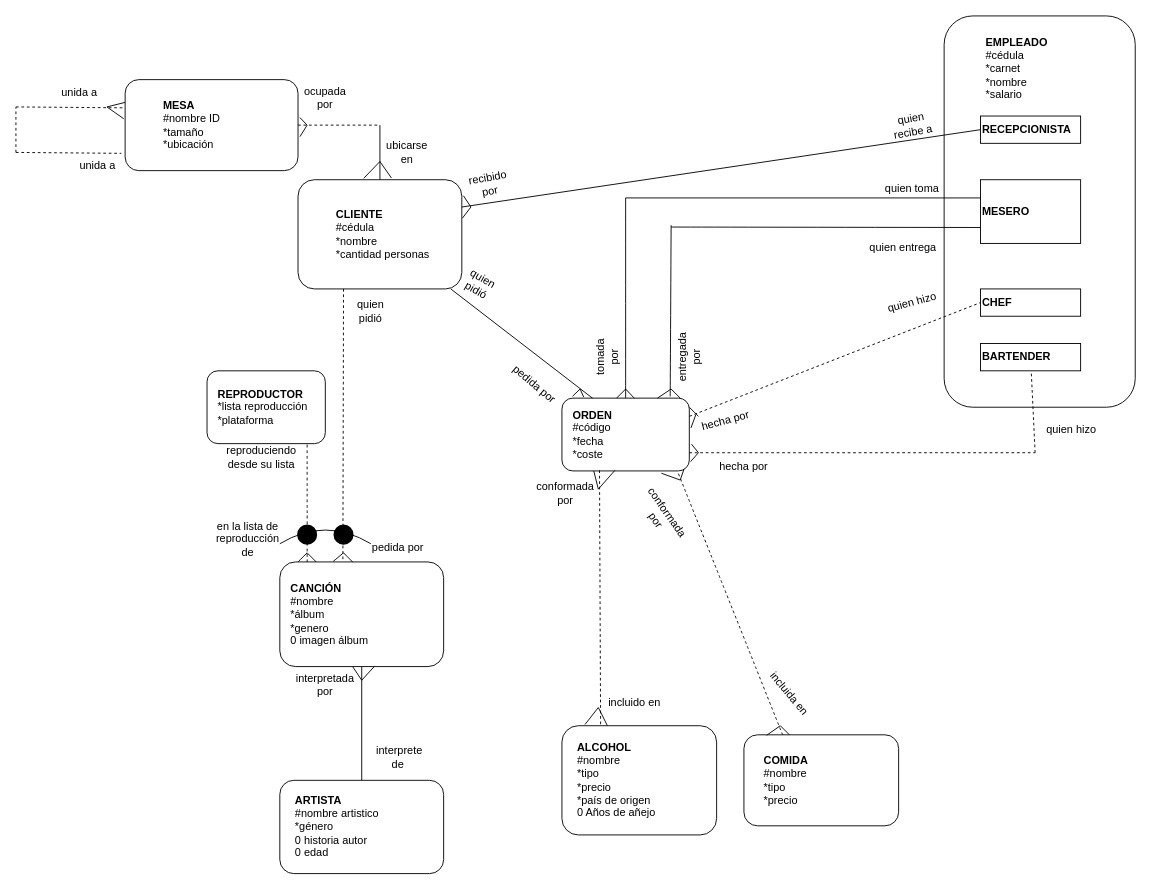
Earlier version of the draw.io diagram Trabajo1/ModeloER.drawio (M1moreno/EntregasBD). Source tidied: cells renumbered, new cells numbered last; positions are measured from the earlier drawing's top-left corner, leaving out a move shared by most shapes. Both pictures are drawn from the tidied source at 91%, with x=0, y=0 at pixel (15, 15). Pictures stored in the file or linked from it are replaced by grey dashed boxes.
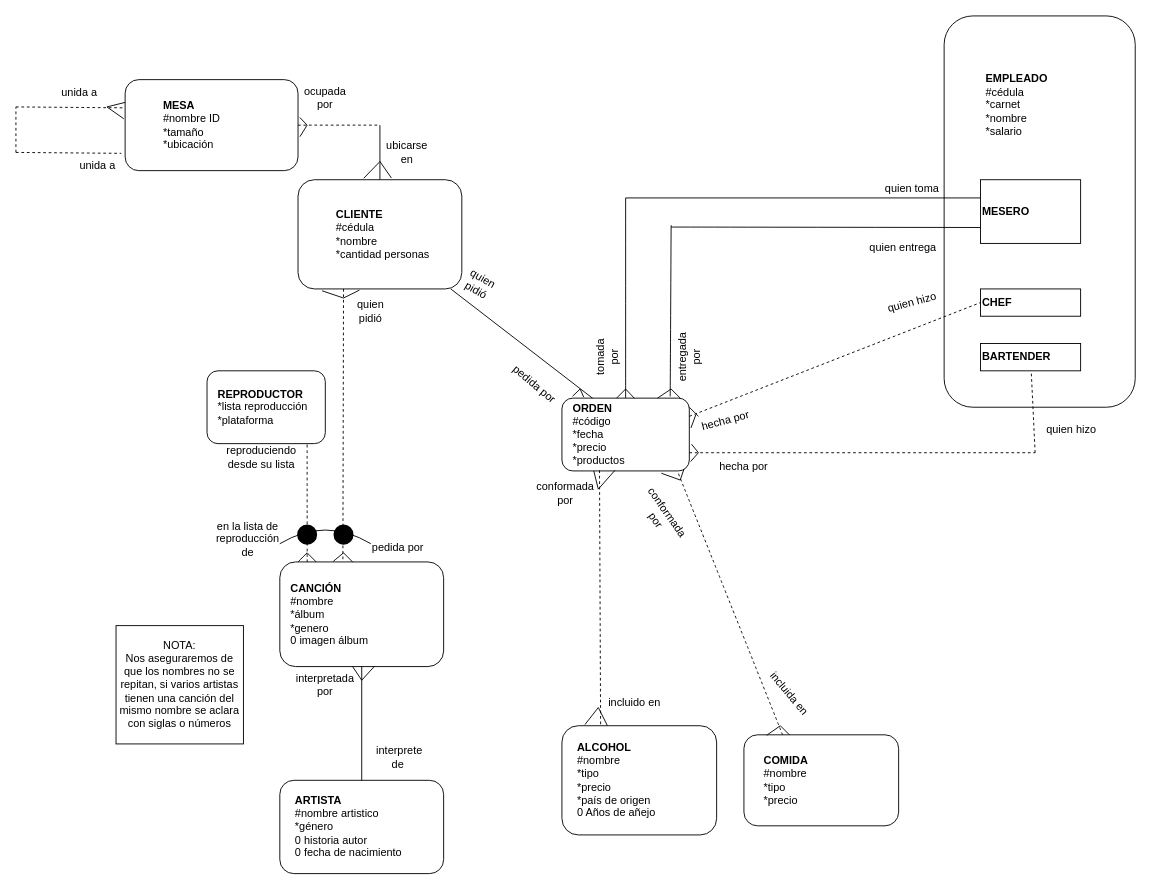
The same diagram, later.

Unchanged cells that the change refers to:
```xml
<mxCell id="4" value="&lt;blockquote style=&quot;margin: 0 0 0 40px ; border: none ; padding: 0px&quot;&gt;&lt;b&gt;CLIENTE&lt;br&gt;&lt;/b&gt;#cédula&lt;br&gt;*nombre&lt;br&gt;*cantidad personas&lt;/blockquote&gt;" style="rounded=1;whiteSpace=wrap;html=1;align=left;" parent="1" vertex="1">
  <mxGeometry x="310" y="180" width="180" height="120" as="geometry" />
</mxCell>
<mxCell id="5" style="group;" parent="1" vertex="1">
  <mxGeometry x="1020" width="210" height="430" as="geometry" />
</mxCell>
<mxCell id="15" style="group;" parent="1" vertex="1">
  <mxGeometry x="600" y="420" width="140" height="80" as="geometry" />
</mxCell>
<mxCell id="24" style="group;" parent="1" vertex="1">
  <mxGeometry x="290" y="840" width="180" height="102.5" as="geometry" />
</mxCell>
<mxCell id="53" value="quien pidió" style="text;html=1;strokeColor=none;fillColor=none;align=center;verticalAlign=middle;whiteSpace=wrap;rounded=0;" parent="1" vertex="1">
  <mxGeometry x="360" y="310" width="60" height="30" as="geometry" />
</mxCell>
```

The edit, as a diff of the source:
```diff
@@
     <mxCell id="7" value="&lt;blockquote style=&quot;margin: 0px 0px 0px 40px ; border: none ; padding: 0px&quot;&gt;&lt;/blockquote&gt;&lt;b&gt;&lt;div style=&quot;text-align: left&quot;&gt;&lt;b&gt;EMPLEADO&lt;/b&gt;&lt;/div&gt;&lt;/b&gt;&lt;blockquote style=&quot;margin: 0px 0px 0px 40px ; border: none ; padding: 0px&quot;&gt;&lt;/blockquote&gt;&lt;span&gt;&lt;div style=&quot;text-align: left&quot;&gt;&lt;span&gt;#cédula&lt;/span&gt;&lt;/div&gt;&lt;/span&gt;&lt;blockquote style=&quot;margin: 0px 0px 0px 40px ; border: none ; padding: 0px&quot;&gt;&lt;/blockquote&gt;&lt;span&gt;&lt;div style=&quot;text-align: left&quot;&gt;&lt;span&gt;*carnet&lt;/span&gt;&lt;/div&gt;&lt;/span&gt;&lt;blockquote style=&quot;margin: 0px 0px 0px 40px ; border: none ; padding: 0px&quot;&gt;&lt;/blockquote&gt;&lt;span&gt;&lt;div style=&quot;text-align: left&quot;&gt;&lt;span&gt;*nombre&lt;/span&gt;&lt;/div&gt;&lt;/span&gt;&lt;div style=&quot;text-align: left&quot;&gt;&lt;span&gt;*salario&lt;/span&gt;&lt;/div&gt;&lt;blockquote style=&quot;text-align: left ; margin: 0px 0px 0px 40px ; border: none ; padding: 0px&quot;&gt;&lt;br&gt;&lt;/blockquote&gt;" style="text;html=1;strokeColor=none;fillColor=none;align=center;verticalAlign=middle;whiteSpace=wrap;rounded=0;" parent="5" vertex="1">
-      <mxGeometry x="40" y="20" width="80" height="90" as="geometry" />
+      <mxGeometry x="40" y="60" width="80" height="90" as="geometry" />
     </mxCell>
-    <mxCell id="8" value="&lt;b&gt;RECEPCIONISTA&lt;br&gt;&lt;/b&gt;" style="rounded=0;whiteSpace=wrap;html=1;align=left;" parent="5" vertex="1">
-      <mxGeometry x="40" y="110" width="110" height="30" as="geometry" />
-    </mxCell>
@@
-    <mxCell id="17" value="&lt;div&gt;&lt;b&gt;ORDEN&lt;/b&gt;&lt;/div&gt;&lt;div&gt;#código&lt;/div&gt;&lt;div&gt;*fecha&lt;/div&gt;&lt;div&gt;*coste&lt;/div&gt;" style="text;html=1;strokeColor=none;fillColor=none;align=left;verticalAlign=middle;whiteSpace=wrap;rounded=0;" parent="15" vertex="1">
+    <mxCell id="17" value="&lt;div&gt;&lt;b&gt;ORDEN&lt;/b&gt;&lt;/div&gt;&lt;div&gt;#código&lt;/div&gt;&lt;div&gt;*fecha&lt;/div&gt;&lt;div&gt;*precio&lt;/div&gt;&lt;div&gt;*productos&lt;/div&gt;" style="text;html=1;strokeColor=none;fillColor=none;align=left;verticalAlign=middle;whiteSpace=wrap;rounded=0;" parent="15" vertex="1">
       <mxGeometry x="10" y="5" width="120" height="70" as="geometry" />
     </mxCell>
@@
-    <mxCell id="26" value="&lt;div&gt;&lt;b&gt;ARTISTA&lt;/b&gt;&lt;/div&gt;&lt;div&gt;#nombre artistico&lt;/div&gt;&lt;div&gt;*género&lt;/div&gt;&lt;div&gt;0 historia autor&lt;/div&gt;&lt;div&gt;0 edad&lt;/div&gt;" style="text;html=1;strokeColor=none;fillColor=none;align=left;verticalAlign=middle;whiteSpace=wrap;rounded=0;" parent="24" vertex="1">
+    <mxCell id="26" value="&lt;div&gt;&lt;b&gt;ARTISTA&lt;/b&gt;&lt;/div&gt;&lt;div&gt;#nombre artistico&lt;/div&gt;&lt;div&gt;*género&lt;/div&gt;&lt;div&gt;0 historia autor&lt;/div&gt;&lt;div&gt;0 fecha de nacimiento&lt;/div&gt;" style="text;html=1;strokeColor=none;fillColor=none;align=left;verticalAlign=middle;whiteSpace=wrap;rounded=0;" parent="24" vertex="1">
       <mxGeometry x="15" y="11.2" width="150" height="80" as="geometry" />
     </mxCell>
@@
-    <mxCell id="30" style="endArrow=none;html=1;rounded=0;entryX=0;entryY=0.5;entryDx=0;entryDy=0;exitX=1;exitY=0.25;exitDx=0;exitDy=0;" parent="1" edge="1" source="4" target="8">
-      <mxGeometry relative="1" as="geometry" />
-    </mxCell>
@@
-    <mxCell id="62" value="recibido por" style="text;html=1;strokeColor=none;fillColor=none;align=center;verticalAlign=middle;whiteSpace=wrap;rounded=0;rotation=-10;" parent="1" vertex="1">
-      <mxGeometry x="490" y="170" width="60" height="30" as="geometry" />
-    </mxCell>
-    <mxCell id="63" value="quien recibe a" style="text;html=1;strokeColor=none;fillColor=none;align=center;verticalAlign=middle;whiteSpace=wrap;rounded=0;rotation=-10;" parent="1" vertex="1">
-      <mxGeometry x="955" y="105" width="60" height="30" as="geometry" />
-    </mxCell>
@@
-    <mxCell id="66" style="endArrow=none;html=1;exitX=1.003;exitY=0.353;exitDx=0;exitDy=0;exitPerimeter=0;" parent="1" edge="1" source="4">
-      <mxGeometry relative="1" as="geometry">
-        <mxPoint x="500" y="210" as="targetPoint" />
-      </mxGeometry>
-    </mxCell>
-    <mxCell id="67" style="endArrow=none;html=1;exitX=0;exitY=0.75;exitDx=0;exitDy=0;" parent="1" edge="1" source="62">
-      <mxGeometry relative="1" as="geometry">
-        <mxPoint x="500" y="210" as="targetPoint" />
-      </mxGeometry>
-    </mxCell>
@@
+    <mxCell id="110" value="NOTA:&lt;br&gt;Nos aseguraremos de que los nombres no se repitan, si varios artistas tienen una canción del mismo nombre se aclara con siglas o números" style="rounded=0;whiteSpace=wrap;html=1;" parent="1" vertex="1">
+      <mxGeometry x="110" y="670" width="140" height="130" as="geometry" />
+    </mxCell>
+    <mxCell id="111" style="endArrow=none;html=1;rounded=0;fontSize=11;entryX=0.375;entryY=1.011;entryDx=0;entryDy=0;entryPerimeter=0;exitX=0;exitY=0;exitDx=0;exitDy=0;" parent="1" edge="1" source="53" target="4">
+      <mxGeometry relative="1" as="geometry" />
+    </mxCell>
+    <mxCell id="112" style="endArrow=none;html=1;rounded=0;fontSize=11;exitX=0.147;exitY=1.017;exitDx=0;exitDy=0;exitPerimeter=0;entryX=0;entryY=0;entryDx=0;entryDy=0;" parent="1" edge="1" source="4" target="53">
+      <mxGeometry relative="1" as="geometry" />
+    </mxCell>
```
